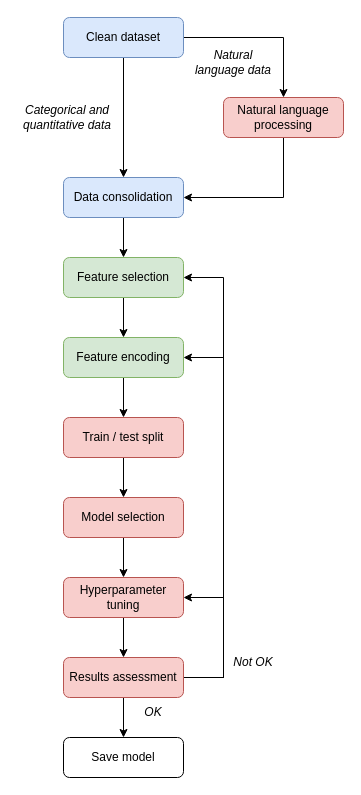
The draw.io diagram Pipeline.drawio in eric-martinet/ParisSubsidies, before the edit. Source tidied: cells renumbered, new cells numbered last; positions are measured from the earlier drawing's top-left corner, leaving out a move shared by most shapes. Both pictures are drawn from the tidied source at 100%, with x=0, y=0 at pixel (17, 17).
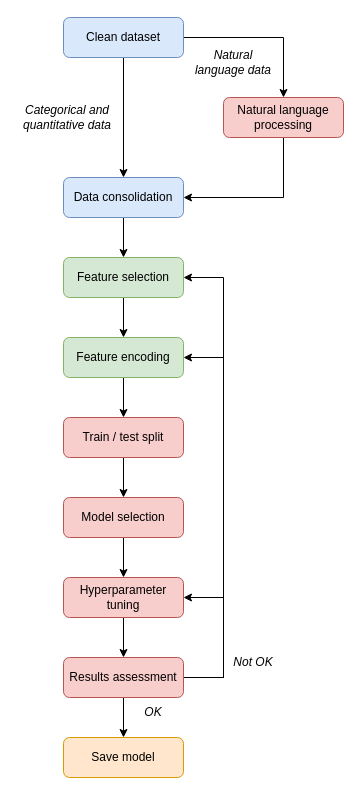
The same diagram, later.

Change to the diagram source:
```diff
@@
-    <mxCell id="22" value="Save model" style="rounded=1;whiteSpace=wrap;html=1;" parent="1" vertex="1">
+    <mxCell id="22" value="Save model" style="rounded=1;whiteSpace=wrap;html=1;fillColor=#ffe6cc;strokeColor=#d79b00;" parent="1" vertex="1">
       <mxGeometry x="46" y="720" width="120" height="40" as="geometry" />
     </mxCell>
```
